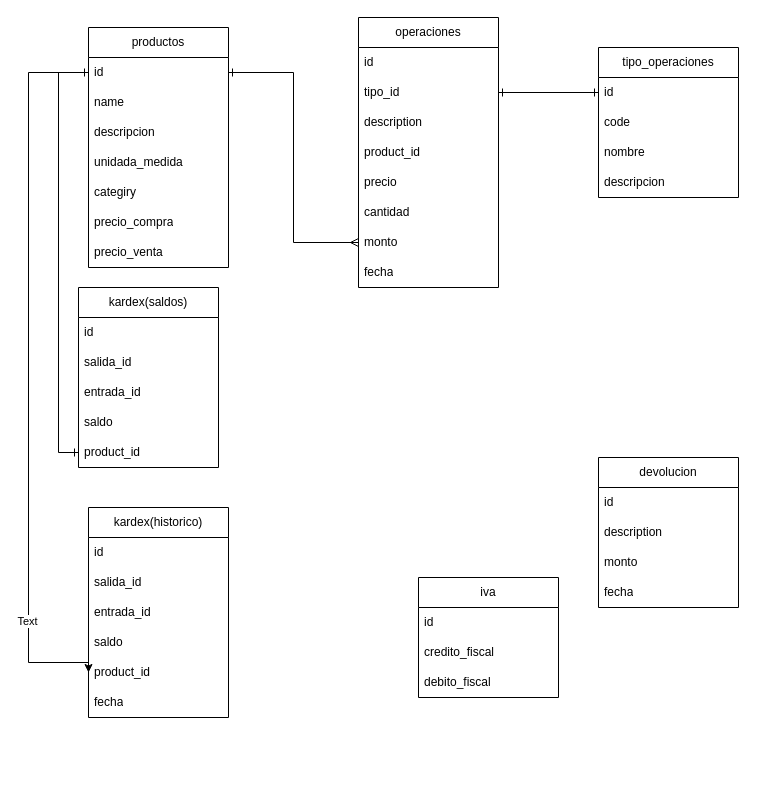
Above: sistema_inventarios.drawio in MasterJhonny/diagramas (draw.io), before the change. Source tidied: cells renumbered, new cells numbered last; positions are measured from the earlier drawing's top-left corner, leaving out a move shared by most shapes. Both pictures are drawn from the tidied source at 100%, with x=0, y=0 at pixel (28, 17).
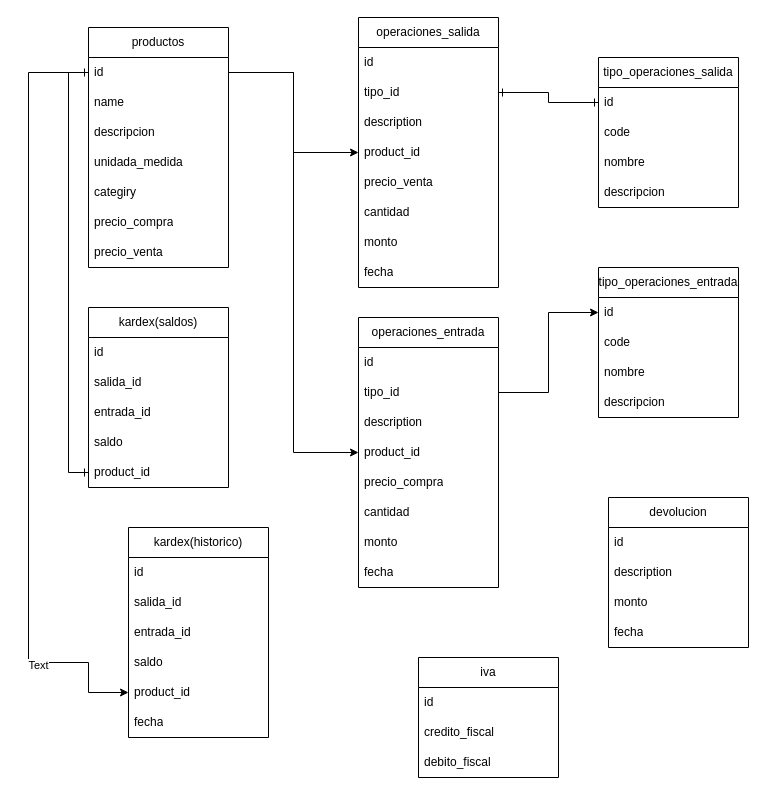
After the change.

Unchanged cells that the change refers to:
```xml
<mxCell id="3" value="id" style="text;strokeColor=none;fillColor=none;align=left;verticalAlign=middle;spacingLeft=4;spacingRight=4;overflow=hidden;points=[[0,0.5],[1,0.5]];portConstraint=eastwest;whiteSpace=wrap;html=1;" parent="2" vertex="1">
  <mxGeometry y="30" width="140" height="30" as="geometry" />
</mxCell>
<mxCell id="14" value="product_id" style="text;strokeColor=none;fillColor=none;align=left;verticalAlign=middle;spacingLeft=4;spacingRight=4;overflow=hidden;points=[[0,0.5],[1,0.5]];portConstraint=eastwest;whiteSpace=wrap;html=1;" parent="10" vertex="1">
  <mxGeometry y="120" width="140" height="30" as="geometry" />
</mxCell>
<mxCell id="17" value="monto" style="text;strokeColor=none;fillColor=none;align=left;verticalAlign=middle;spacingLeft=4;spacingRight=4;overflow=hidden;points=[[0,0.5],[1,0.5]];portConstraint=eastwest;whiteSpace=wrap;html=1;" parent="10" vertex="1">
  <mxGeometry y="210" width="140" height="30" as="geometry" />
</mxCell>
```

Change to the diagram source:
```diff
@@
-    <mxCell id="10" value="operaciones" style="swimlane;fontStyle=0;horizontal=1;startSize=30;whiteSpace=wrap;html=1;" parent="1" vertex="1">
+    <mxCell id="10" value="operaciones_salida" style="swimlane;fontStyle=0;horizontal=1;startSize=30;whiteSpace=wrap;html=1;" parent="1" vertex="1">
       <mxGeometry x="330" width="140" height="270" as="geometry" />
     </mxCell>
@@
-    <mxCell id="15" value="precio" style="text;strokeColor=none;fillColor=none;align=left;verticalAlign=middle;spacingLeft=4;spacingRight=4;overflow=hidden;whiteSpace=wrap;html=1;" parent="10" vertex="1">
+    <mxCell id="15" value="precio_venta" style="text;strokeColor=none;fillColor=none;align=left;verticalAlign=middle;spacingLeft=4;spacingRight=4;overflow=hidden;whiteSpace=wrap;html=1;" parent="10" vertex="1">
       <mxGeometry y="150" width="140" height="30" as="geometry" />
     </mxCell>
@@
     <mxCell id="19" value="kardex(saldos)" style="swimlane;fontStyle=0;horizontal=1;startSize=30;whiteSpace=wrap;html=1;" parent="1" vertex="1">
-      <mxGeometry x="50" y="270" width="140" height="180" as="geometry" />
+      <mxGeometry x="60" y="290" width="140" height="180" as="geometry" />
     </mxCell>
@@
-    <mxCell id="26" value="tipo_operaciones" style="swimlane;fontStyle=0;horizontal=1;startSize=30;whiteSpace=wrap;html=1;" parent="1" vertex="1">
-      <mxGeometry x="570" y="30" width="140" height="150" as="geometry" />
+    <mxCell id="26" value="tipo_operaciones_salida" style="swimlane;fontStyle=0;horizontal=1;startSize=30;whiteSpace=wrap;html=1;" parent="1" vertex="1">
+      <mxGeometry x="570" y="40" width="140" height="150" as="geometry" />
     </mxCell>
@@
     <mxCell id="31" value="kardex(historico)" style="swimlane;fontStyle=0;horizontal=1;startSize=30;whiteSpace=wrap;html=1;" parent="1" vertex="1">
-      <mxGeometry x="60" y="490" width="140" height="210" as="geometry" />
+      <mxGeometry x="100" y="510" width="140" height="210" as="geometry" />
     </mxCell>
@@
     <mxCell id="40" value="iva" style="swimlane;fontStyle=0;horizontal=1;startSize=30;whiteSpace=wrap;html=1;" parent="1" vertex="1">
-      <mxGeometry x="390" y="560" width="140" height="120" as="geometry" />
+      <mxGeometry x="390" y="640" width="140" height="120" as="geometry" />
     </mxCell>
@@
     <mxCell id="44" value="devolucion" style="swimlane;fontStyle=0;horizontal=1;startSize=30;whiteSpace=wrap;html=1;" parent="1" vertex="1">
-      <mxGeometry x="570" y="440" width="140" height="150" as="geometry" />
+      <mxGeometry x="580" y="480" width="140" height="150" as="geometry" />
     </mxCell>
@@
-    <mxCell id="50" style="edgeStyle=orthogonalEdgeStyle;rounded=0;jettySize=auto;html=1;entryX=0;entryY=0.5;entryDx=0;entryDy=0;startArrow=ERone;startFill=0;endArrow=ERmany;endFill=0;" parent="1" edge="1" source="3" target="17">
-      <mxGeometry relative="1" as="geometry" />
-    </mxCell>
+    <mxCell id="51" style="edgeStyle=orthogonalEdgeStyle;rounded=0;jettySize=auto;html=1;entryX=0;entryY=0.5;entryDx=0;entryDy=0;" parent="1" edge="1" source="3" target="14">
+      <mxGeometry relative="1" as="geometry" />
+    </mxCell>
+    <mxCell id="52" value="operaciones_entrada" style="swimlane;fontStyle=0;horizontal=1;startSize=30;whiteSpace=wrap;html=1;" parent="1" vertex="1">
+      <mxGeometry x="330" y="300" width="140" height="270" as="geometry" />
+    </mxCell>
+    <mxCell id="53" value="id" style="text;strokeColor=none;fillColor=none;align=left;verticalAlign=middle;spacingLeft=4;spacingRight=4;overflow=hidden;whiteSpace=wrap;html=1;" parent="52" vertex="1">
+      <mxGeometry y="30" width="140" height="30" as="geometry" />
+    </mxCell>
+    <mxCell id="54" value="tipo_id" style="text;strokeColor=none;fillColor=none;align=left;verticalAlign=middle;spacingLeft=4;spacingRight=4;overflow=hidden;points=[[0,0.5],[1,0.5]];portConstraint=eastwest;whiteSpace=wrap;html=1;" parent="52" vertex="1">
+      <mxGeometry y="60" width="140" height="30" as="geometry" />
+    </mxCell>
+    <mxCell id="55" value="description" style="text;strokeColor=none;fillColor=none;align=left;verticalAlign=middle;spacingLeft=4;spacingRight=4;overflow=hidden;whiteSpace=wrap;html=1;" parent="52" vertex="1">
+      <mxGeometry y="90" width="140" height="30" as="geometry" />
+    </mxCell>
+    <mxCell id="56" value="product_id" style="text;strokeColor=none;fillColor=none;align=left;verticalAlign=middle;spacingLeft=4;spacingRight=4;overflow=hidden;points=[[0,0.5],[1,0.5]];portConstraint=eastwest;whiteSpace=wrap;html=1;" parent="52" vertex="1">
+      <mxGeometry y="120" width="140" height="30" as="geometry" />
+    </mxCell>
+    <mxCell id="57" value="precio_compra" style="text;strokeColor=none;fillColor=none;align=left;verticalAlign=middle;spacingLeft=4;spacingRight=4;overflow=hidden;whiteSpace=wrap;html=1;" parent="52" vertex="1">
+      <mxGeometry y="150" width="140" height="30" as="geometry" />
+    </mxCell>
+    <mxCell id="58" value="cantidad" style="text;strokeColor=none;fillColor=none;align=left;verticalAlign=middle;spacingLeft=4;spacingRight=4;overflow=hidden;whiteSpace=wrap;html=1;" parent="52" vertex="1">
+      <mxGeometry y="180" width="140" height="30" as="geometry" />
+    </mxCell>
+    <mxCell id="59" value="monto" style="text;strokeColor=none;fillColor=none;align=left;verticalAlign=middle;spacingLeft=4;spacingRight=4;overflow=hidden;whiteSpace=wrap;html=1;" parent="52" vertex="1">
+      <mxGeometry y="210" width="140" height="30" as="geometry" />
+    </mxCell>
+    <mxCell id="60" value="fecha" style="text;strokeColor=none;fillColor=none;align=left;verticalAlign=middle;spacingLeft=4;spacingRight=4;overflow=hidden;whiteSpace=wrap;html=1;" parent="52" vertex="1">
+      <mxGeometry y="240" width="140" height="30" as="geometry" />
+    </mxCell>
+    <mxCell id="61" value="tipo_operaciones_entrada" style="swimlane;fontStyle=0;horizontal=1;startSize=30;whiteSpace=wrap;html=1;" parent="1" vertex="1">
+      <mxGeometry x="570" y="250" width="140" height="150" as="geometry" />
+    </mxCell>
+    <mxCell id="62" value="id" style="text;strokeColor=none;fillColor=none;align=left;verticalAlign=middle;spacingLeft=4;spacingRight=4;overflow=hidden;points=[[0,0.5],[1,0.5]];portConstraint=eastwest;whiteSpace=wrap;html=1;" parent="61" vertex="1">
+      <mxGeometry y="30" width="140" height="30" as="geometry" />
+    </mxCell>
+    <mxCell id="63" value="code" style="text;strokeColor=none;fillColor=none;align=left;verticalAlign=middle;spacingLeft=4;spacingRight=4;overflow=hidden;whiteSpace=wrap;html=1;" parent="61" vertex="1">
+      <mxGeometry y="60" width="140" height="30" as="geometry" />
+    </mxCell>
+    <mxCell id="64" value="nombre" style="text;strokeColor=none;fillColor=none;align=left;verticalAlign=middle;spacingLeft=4;spacingRight=4;overflow=hidden;whiteSpace=wrap;html=1;" parent="61" vertex="1">
+      <mxGeometry y="90" width="140" height="30" as="geometry" />
+    </mxCell>
+    <mxCell id="65" value="descripcion" style="text;strokeColor=none;fillColor=none;align=left;verticalAlign=middle;spacingLeft=4;spacingRight=4;overflow=hidden;whiteSpace=wrap;html=1;" parent="61" vertex="1">
+      <mxGeometry y="120" width="140" height="30" as="geometry" />
+    </mxCell>
+    <mxCell id="66" style="edgeStyle=orthogonalEdgeStyle;rounded=0;jettySize=auto;html=1;entryX=0;entryY=0.5;entryDx=0;entryDy=0;" parent="1" edge="1" source="3" target="56">
+      <mxGeometry relative="1" as="geometry" />
+    </mxCell>
+    <mxCell id="67" style="edgeStyle=orthogonalEdgeStyle;rounded=0;jettySize=auto;html=1;entryX=0;entryY=0.5;entryDx=0;entryDy=0;" parent="1" edge="1" source="54" target="62">
+      <mxGeometry relative="1" as="geometry" />
+    </mxCell>
```
